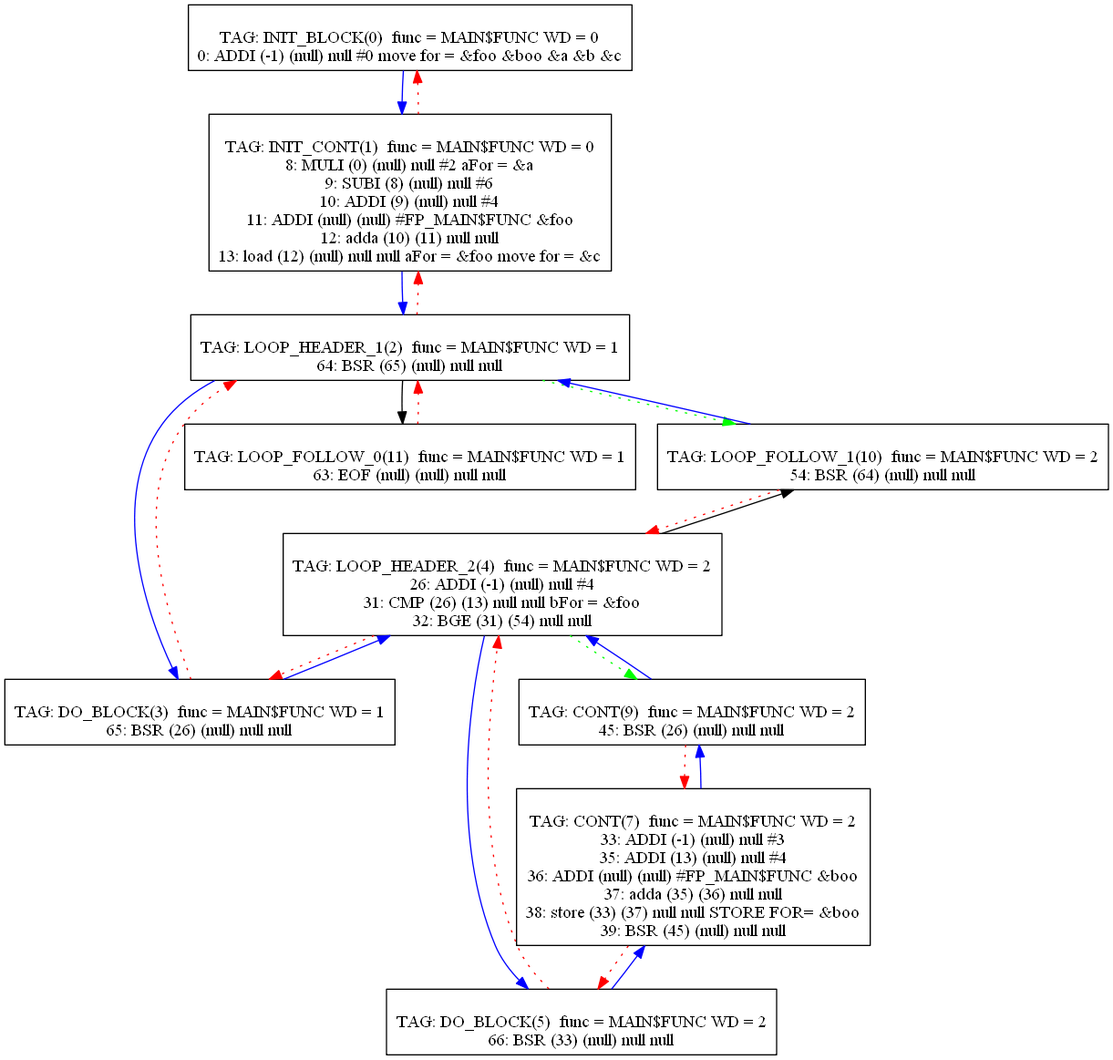
Earlier version of the Graphviz export Compiler/27graph.png (mbajaj92/Project-Astoria). Its source is kept beside it as Compiler/27graph.dot.
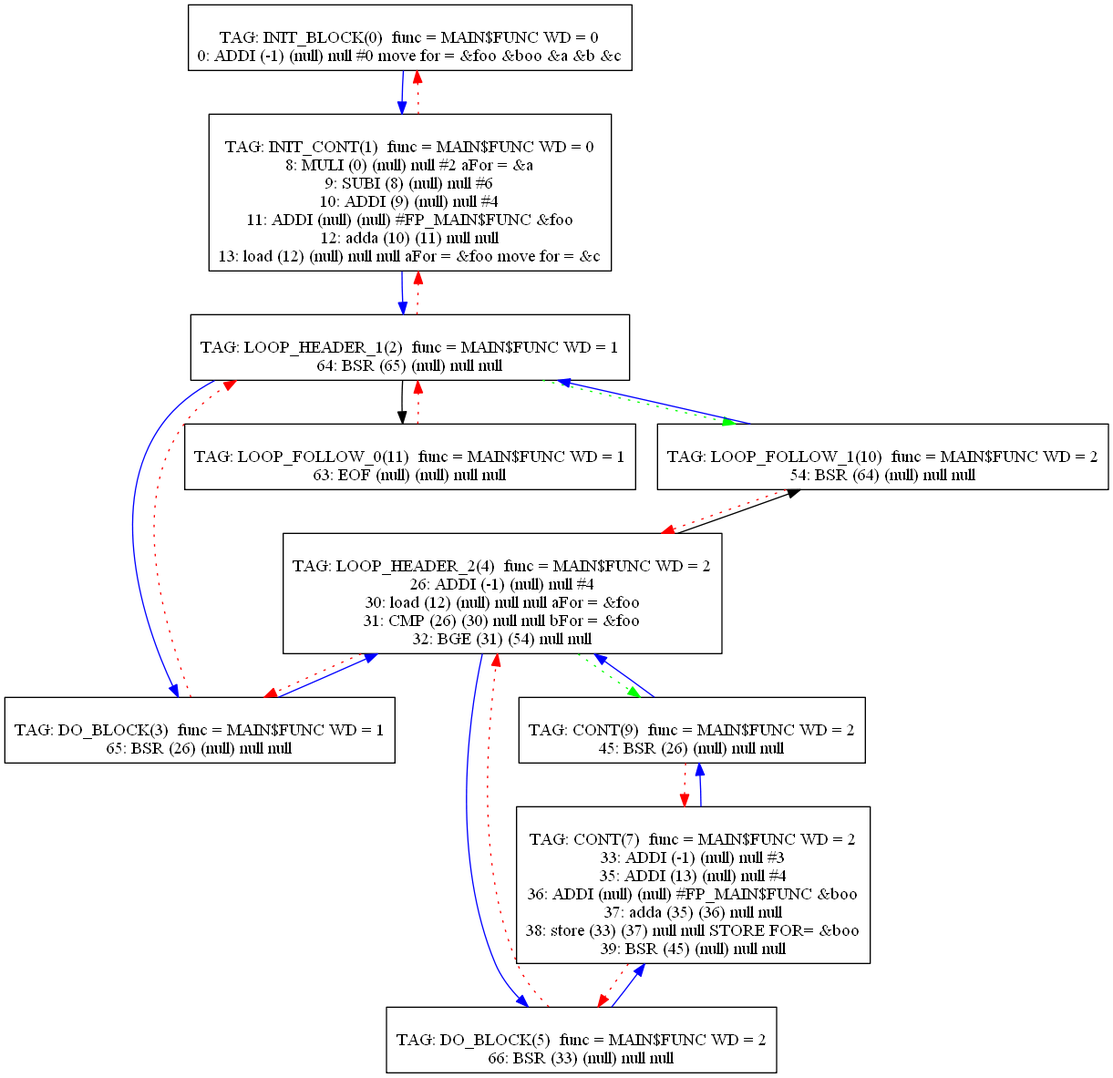
Later version of the same file.

Change to the diagram source:
```diff
@@ -36,7 +36,8 @@
 4[label="
 TAG: LOOP_HEADER_2(4)  func = MAIN$FUNC WD = 2
 26: ADDI (-1) (null) null #4
-31: CMP (26) (13) null null bFor = &foo
+30: load (12) (null) null null aFor = &foo
+31: CMP (26) (30) null null bFor = &foo
 32: BGE (31) (54) null null
 "];
 4[shape=box];
```
